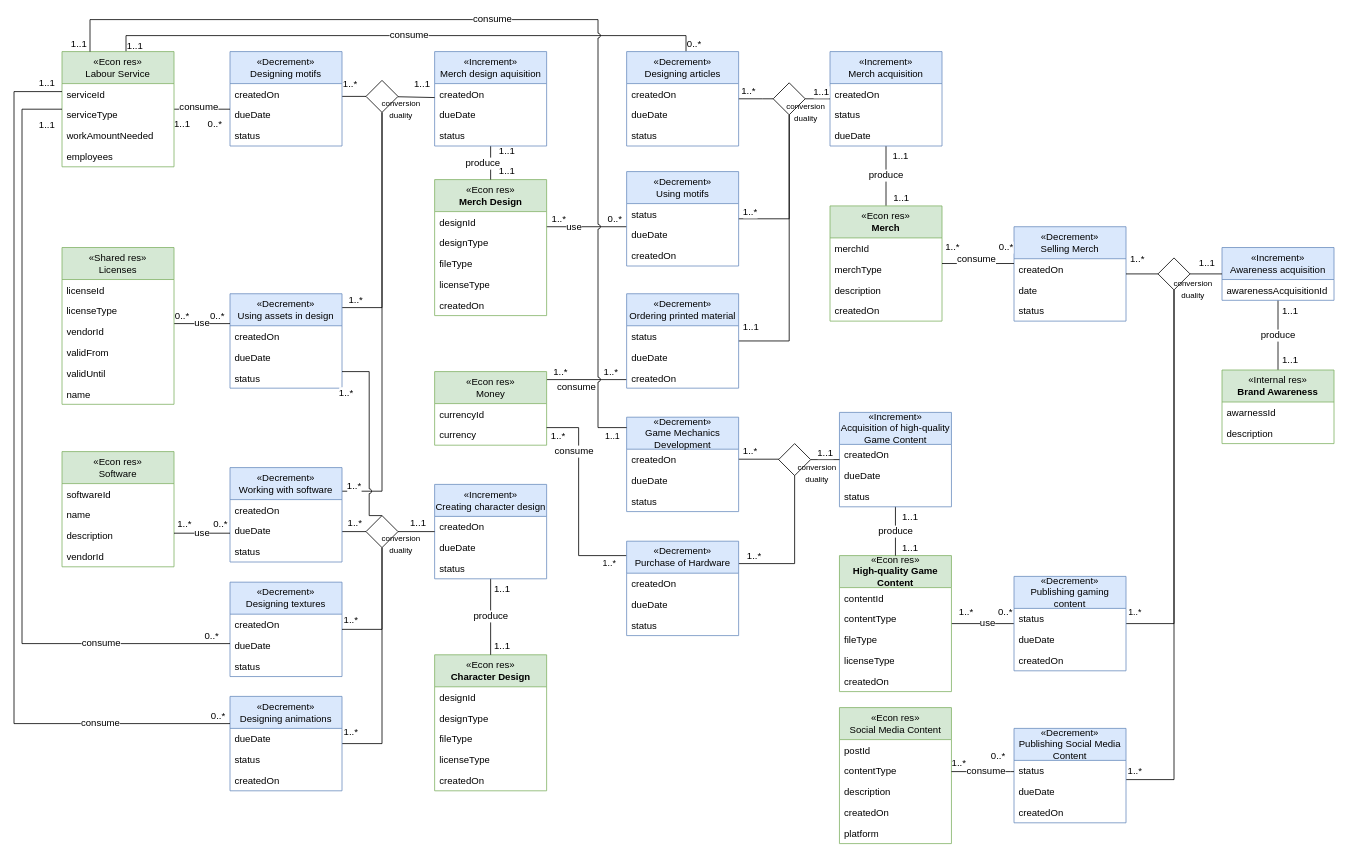
Before: page "Conversion" (1 of 9) of media/IS1_Project_REA.drawio in tudwiglemmel/Neigh-Corp---Golden-Meadows, a draw.io diagram. Source tidied: cells renumbered, new cells numbered last; positions are measured from the earlier drawing's top-left corner, leaving out a move shared by most shapes. Both pictures are drawn from the tidied source at 80%, with x=0, y=0 at pixel (14, 19).
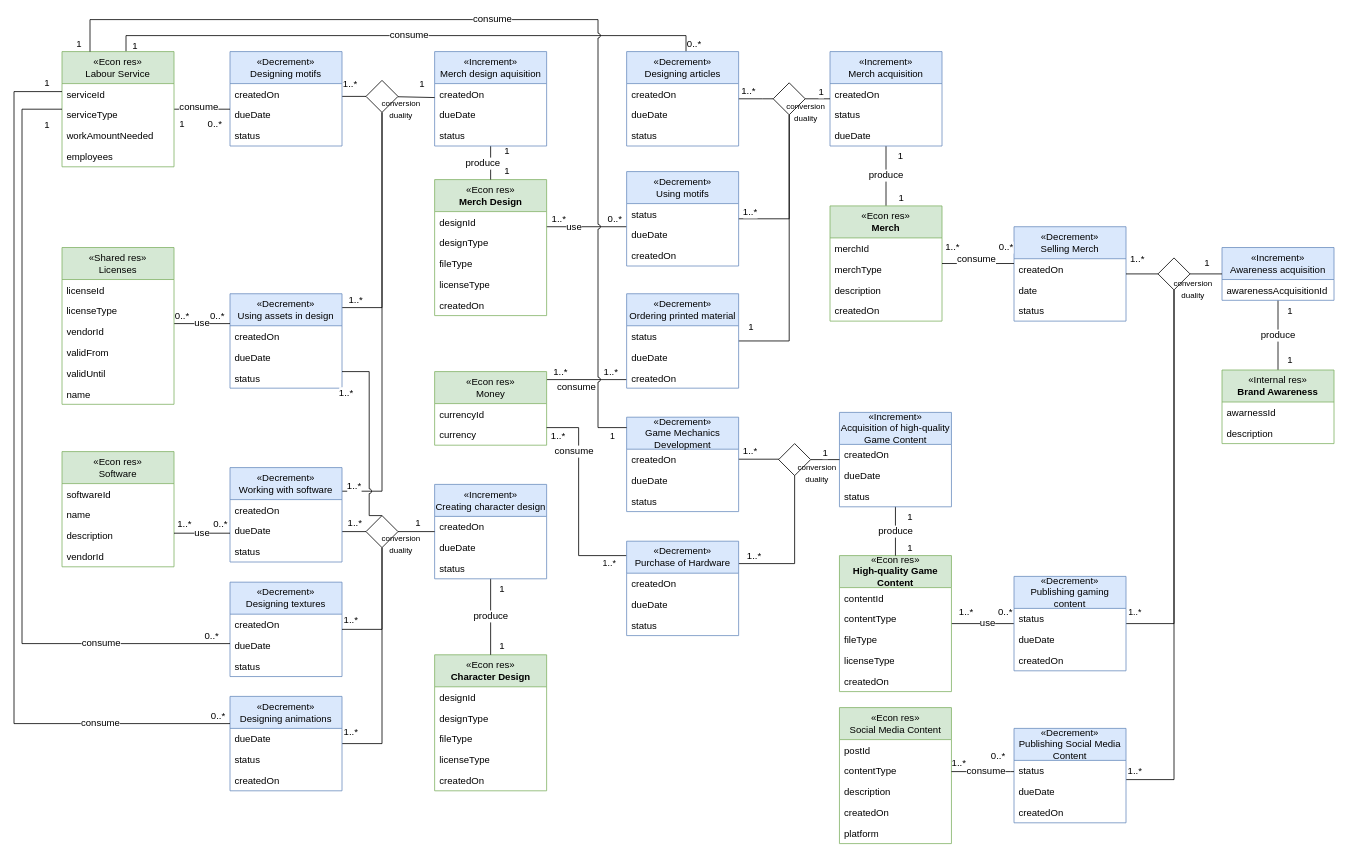
The same page after the edit.

Unchanged cells that the change refers to:
```xml
<mxCell id="6" value="produce" style="rounded=0;jettySize=auto;html=1;fontFamily=Helvetica;fontSize=12;fontColor=default;endArrow=none;endFill=0;edgeStyle=orthogonalEdgeStyle;jumpStyle=arc;" parent="1" edge="1" source="9" target="62">
  <mxGeometry relative="1" as="geometry" />
</mxCell>
<mxCell id="13" value="consume" style="rounded=0;jettySize=auto;html=1;fontFamily=Helvetica;fontSize=12;fontColor=default;endArrow=none;endFill=0;edgeStyle=orthogonalEdgeStyle;" parent="1" edge="1" source="73" target="32">
  <mxGeometry x="0.01" relative="1" as="geometry">
    <Array as="points">
      <mxPoint x="140" y="20" />
      <mxPoint x="840" y="20" />
    </Array>
  </mxGeometry>
</mxCell>
<mxCell id="50" style="rounded=0;jettySize=auto;html=1;fontFamily=Helvetica;fontSize=12;fontColor=default;exitX=1;exitY=0.5;exitDx=0;exitDy=0;endArrow=none;endFill=0;edgeStyle=orthogonalEdgeStyle;" parent="1" edge="1" source="52" target="69">
  <mxGeometry relative="1" as="geometry" />
</mxCell>
<mxCell id="67" style="rounded=0;jettySize=auto;html=1;fontFamily=Helvetica;fontSize=12;fontColor=default;endArrow=none;endFill=0;" parent="1" edge="1" source="69" target="9">
  <mxGeometry relative="1" as="geometry" />
</mxCell>
<mxCell id="70" value="consume" style="rounded=0;jettySize=auto;html=1;fontFamily=Helvetica;fontSize=12;fontColor=default;endArrow=none;endFill=0;edgeStyle=orthogonalEdgeStyle;" parent="1" edge="1" source="73" target="38">
  <mxGeometry x="-0.11" y="2" relative="1" as="geometry">
    <Array as="points">
      <mxPoint x="250" y="112" />
      <mxPoint x="250" y="112" />
    </Array>
  </mxGeometry>
</mxCell>
<mxCell id="93" value="produce" style="rounded=0;jettySize=auto;html=1;fontFamily=Helvetica;fontSize=12;fontColor=default;endArrow=none;endFill=0;edgeStyle=orthogonalEdgeStyle;" parent="1" edge="1" source="96" target="25">
  <mxGeometry x="0.05" y="-10" relative="1" as="geometry" />
</mxCell>
<mxCell id="100" style="rounded=0;jettySize=auto;html=1;fontFamily=Helvetica;fontSize=12;fontColor=default;endArrow=none;endFill=0;" parent="1" edge="1" source="102" target="96">
  <mxGeometry relative="1" as="geometry" />
</mxCell>
<mxCell id="123" value="consume" style="rounded=0;jettySize=auto;html=1;fontFamily=Helvetica;fontSize=12;fontColor=default;endArrow=none;endFill=0;edgeStyle=orthogonalEdgeStyle;jumpStyle=arc;" parent="1" edge="1" source="73" target="111">
  <mxGeometry x="0.71" relative="1" as="geometry">
    <Array as="points">
      <mxPoint y="90" />
      <mxPoint y="880" />
    </Array>
  </mxGeometry>
</mxCell>
<mxCell id="129" value="produce" style="rounded=0;jettySize=auto;html=1;fontFamily=Helvetica;fontSize=12;fontColor=default;endArrow=none;endFill=0;edgeStyle=orthogonalEdgeStyle;" parent="1" edge="1" source="132" target="103">
  <mxGeometry x="-0.02" relative="1" as="geometry" />
</mxCell>
<mxCell id="136" style="rounded=0;jettySize=auto;html=1;fontFamily=Helvetica;fontSize=12;fontColor=default;endArrow=none;endFill=0;exitX=1;exitY=0.5;exitDx=0;exitDy=0;" parent="1" edge="1" source="138" target="132">
  <mxGeometry x="-0.06" relative="1" as="geometry" />
</mxCell>
<mxCell id="143" value="consume" style="rounded=0;jettySize=auto;html=1;fontFamily=Helvetica;fontSize=12;fontColor=default;endArrow=none;endFill=0;edgeStyle=orthogonalEdgeStyle;jumpStyle=arc;" parent="1" edge="1" source="73" target="139">
  <mxGeometry x="0.67" relative="1" as="geometry">
    <Array as="points">
      <mxPoint x="10" y="112" />
      <mxPoint x="10" y="780" />
    </Array>
  </mxGeometry>
</mxCell>
<mxCell id="148" value="produce" style="rounded=0;jettySize=auto;html=1;fontFamily=Helvetica;fontSize=12;fontColor=default;endArrow=none;endFill=0;edgeStyle=orthogonalEdgeStyle;" parent="1" edge="1" source="151" target="177">
  <mxGeometry relative="1" as="geometry" />
</mxCell>
<mxCell id="180" style="rounded=0;jettySize=auto;html=1;fontFamily=Helvetica;fontSize=12;fontColor=default;endArrow=none;endFill=0;" parent="1" edge="1" source="182" target="151">
  <mxGeometry relative="1" as="geometry" />
</mxCell>
<mxCell id="183" value="consume" style="rounded=0;jettySize=auto;html=1;fontFamily=Helvetica;fontSize=12;fontColor=default;endArrow=none;endFill=0;edgeStyle=orthogonalEdgeStyle;jumpStyle=arc;" parent="1" edge="1" source="73" target="165">
  <mxGeometry x="-0.11" relative="1" as="geometry">
    <Array as="points">
      <mxPoint x="95" />
      <mxPoint x="730" />
      <mxPoint x="730" y="510" />
    </Array>
  </mxGeometry>
</mxCell>
<mxCell id="186" value="produce" style="rounded=0;jettySize=auto;html=1;fontFamily=Helvetica;fontSize=12;fontColor=default;endArrow=none;endFill=0;edgeStyle=orthogonalEdgeStyle;" parent="1" edge="1" source="192" target="156">
  <mxGeometry x="0.03" relative="1" as="geometry">
    <Array as="points">
      <mxPoint x="1101.8" y="646.1" />
      <mxPoint x="1101.8" y="646.1" />
    </Array>
  </mxGeometry>
</mxCell>
<mxCell id="193" style="rounded=0;jettySize=auto;html=1;fontFamily=Helvetica;fontSize=12;fontColor=default;endArrow=none;endFill=0;" parent="1" edge="1" source="195" target="189">
  <mxGeometry relative="1" as="geometry" />
</mxCell>
```

Diff of the diagram source:
```diff
@@
-    <mxCell id="7" value="1..1" style="edgeLabel;html=1;align=center;verticalAlign=middle;fontFamily=Helvetica;fontSize=12;fontColor=default;" parent="6" vertex="1">
+    <mxCell id="7" value="1" style="edgeLabel;html=1;align=center;verticalAlign=middle;fontFamily=Helvetica;fontSize=12;fontColor=default;" parent="6" vertex="1">
       <mxGeometry x="-0.73" y="-3" relative="1" as="geometry">
         <mxPoint x="20" y="2" as="offset" />
       </mxGeometry>
     </mxCell>
-    <mxCell id="8" value="1..1" style="edgeLabel;html=1;align=center;verticalAlign=middle;fontFamily=Helvetica;fontSize=12;fontColor=default;" parent="6" vertex="1">
+    <mxCell id="8" value="1" style="edgeLabel;html=1;align=center;verticalAlign=middle;fontFamily=Helvetica;fontSize=12;fontColor=default;" parent="6" vertex="1">
       <mxGeometry x="0.7" y="2" relative="1" as="geometry">
         <mxPoint x="16" as="offset" />
       </mxGeometry>
     </mxCell>
@@
-    <mxCell id="14" value="1..1" style="edgeLabel;html=1;align=center;verticalAlign=middle;fontFamily=Helvetica;fontSize=12;fontColor=default;" parent="13" vertex="1">
+    <mxCell id="14" value="1" style="edgeLabel;html=1;align=center;verticalAlign=middle;fontFamily=Helvetica;fontSize=12;fontColor=default;" parent="13" vertex="1">
       <mxGeometry x="-0.95" y="1" relative="1" as="geometry">
         <mxPoint x="11" y="11" as="offset" />
       </mxGeometry>
     </mxCell>
@@
-    <mxCell id="51" value="1..1" style="edgeLabel;html=1;align=center;verticalAlign=middle;fontFamily=Helvetica;fontSize=12;fontColor=default;" parent="50" vertex="1">
+    <mxCell id="51" value="1" style="edgeLabel;html=1;align=center;verticalAlign=middle;fontFamily=Helvetica;fontSize=12;fontColor=default;" parent="50" vertex="1">
       <mxGeometry x="-0.56" y="-3" relative="1" as="geometry">
         <mxPoint x="-52" y="-4" as="offset" />
       </mxGeometry>
     </mxCell>
@@
-    <mxCell id="68" value="1..1" style="edgeLabel;html=1;align=center;verticalAlign=middle;fontFamily=Helvetica;fontSize=12;fontColor=default;" parent="67" vertex="1">
+    <mxCell id="68" value="1" style="edgeLabel;html=1;align=center;verticalAlign=middle;fontFamily=Helvetica;fontSize=12;fontColor=default;" parent="67" vertex="1">
       <mxGeometry x="0.25" y="-1" relative="1" as="geometry">
         <mxPoint y="-10" as="offset" />
       </mxGeometry>
     </mxCell>
@@
-    <mxCell id="71" value="1..1" style="edgeLabel;html=1;align=center;verticalAlign=middle;fontFamily=Helvetica;fontSize=12;fontColor=default;" parent="70" vertex="1">
+    <mxCell id="71" value="1" style="edgeLabel;html=1;align=center;verticalAlign=middle;fontFamily=Helvetica;fontSize=12;fontColor=default;" parent="70" vertex="1">
       <mxGeometry x="-0.74" y="1" relative="1" as="geometry">
         <mxPoint y="19" as="offset" />
       </mxGeometry>
     </mxCell>
@@
-    <mxCell id="94" value="1..1" style="edgeLabel;html=1;align=center;verticalAlign=middle;fontFamily=Helvetica;fontSize=12;fontColor=default;" parent="93" vertex="1">
+    <mxCell id="94" value="1" style="edgeLabel;html=1;align=center;verticalAlign=middle;fontFamily=Helvetica;fontSize=12;fontColor=default;" parent="93" vertex="1">
       <mxGeometry x="-0.74" y="-2" relative="1" as="geometry">
         <mxPoint x="22" as="offset" />
       </mxGeometry>
     </mxCell>
-    <mxCell id="95" value="1..1" style="edgeLabel;html=1;align=center;verticalAlign=middle;fontFamily=Helvetica;fontSize=12;fontColor=default;" parent="93" vertex="1">
+    <mxCell id="95" value="1" style="edgeLabel;html=1;align=center;verticalAlign=middle;fontFamily=Helvetica;fontSize=12;fontColor=default;" parent="93" vertex="1">
       <mxGeometry x="0.64" y="1" relative="1" as="geometry">
         <mxPoint x="19" y="-3" as="offset" />
       </mxGeometry>
     </mxCell>
@@
-    <mxCell id="101" value="1..1" style="edgeLabel;html=1;align=center;verticalAlign=middle;fontFamily=Helvetica;fontSize=12;fontColor=default;" parent="100" vertex="1">
+    <mxCell id="101" value="1" style="edgeLabel;html=1;align=center;verticalAlign=middle;fontFamily=Helvetica;fontSize=12;fontColor=default;" parent="100" vertex="1">
       <mxGeometry x="0.14" relative="1" as="geometry">
         <mxPoint x="4" y="-17" as="offset" />
       </mxGeometry>
     </mxCell>
@@
-    <mxCell id="124" value="1..1" style="edgeLabel;html=1;align=center;verticalAlign=middle;fontFamily=Helvetica;fontSize=12;fontColor=default;" parent="123" vertex="1">
+    <mxCell id="124" value="1" style="edgeLabel;html=1;align=center;verticalAlign=middle;fontFamily=Helvetica;fontSize=12;fontColor=default;" parent="123" vertex="1">
       <mxGeometry x="-0.69" y="1" relative="1" as="geometry">
         <mxPoint x="39" y="-126" as="offset" />
       </mxGeometry>
     </mxCell>
@@
-    <mxCell id="130" value="1..1" style="edgeLabel;html=1;align=center;verticalAlign=middle;fontFamily=Helvetica;fontSize=12;fontColor=default;" parent="129" vertex="1">
+    <mxCell id="130" value="1" style="edgeLabel;html=1;align=center;verticalAlign=middle;fontFamily=Helvetica;fontSize=12;fontColor=default;" parent="129" vertex="1">
       <mxGeometry x="0.12" y="-2" relative="1" as="geometry">
         <mxPoint x="16" y="-41" as="offset" />
       </mxGeometry>
     </mxCell>
-    <mxCell id="131" value="1..1" style="edgeLabel;html=1;align=center;verticalAlign=middle;fontFamily=Helvetica;fontSize=12;fontColor=default;" parent="129" vertex="1">
+    <mxCell id="131" value="1" style="edgeLabel;html=1;align=center;verticalAlign=middle;fontFamily=Helvetica;fontSize=12;fontColor=default;" parent="129" vertex="1">
       <mxGeometry x="0.74" y="1" relative="1" as="geometry">
         <mxPoint x="13" as="offset" />
       </mxGeometry>
     </mxCell>
@@
-    <mxCell id="137" value="1..1" style="edgeLabel;html=1;align=center;verticalAlign=middle;fontFamily=Helvetica;fontSize=12;fontColor=default;" parent="136" vertex="1">
+    <mxCell id="137" value="1" style="edgeLabel;html=1;align=center;verticalAlign=middle;fontFamily=Helvetica;fontSize=12;fontColor=default;" parent="136" vertex="1">
       <mxGeometry x="0.07" relative="1" as="geometry">
         <mxPoint x="-1" y="-12" as="offset" />
       </mxGeometry>
     </mxCell>
@@
-    <mxCell id="144" value="1..1" style="edgeLabel;html=1;align=center;verticalAlign=middle;fontFamily=Helvetica;fontSize=12;fontColor=default;" parent="143" vertex="1">
+    <mxCell id="144" value="1" style="edgeLabel;html=1;align=center;verticalAlign=middle;fontFamily=Helvetica;fontSize=12;fontColor=default;" parent="143" vertex="1">
       <mxGeometry x="-0.69" y="1" relative="1" as="geometry">
         <mxPoint x="29" y="-83" as="offset" />
       </mxGeometry>
     </mxCell>
@@
-    <mxCell id="149" value="1..1" style="edgeLabel;html=1;align=center;verticalAlign=middle;fontFamily=Helvetica;fontSize=12;fontColor=default;" parent="148" vertex="1">
+    <mxCell id="149" value="1" style="edgeLabel;html=1;align=center;verticalAlign=middle;fontFamily=Helvetica;fontSize=12;fontColor=default;" parent="148" vertex="1">
       <mxGeometry x="-0.73" y="-3" relative="1" as="geometry">
         <mxPoint x="17" y="2" as="offset" />
       </mxGeometry>
     </mxCell>
-    <mxCell id="150" value="1..1" style="edgeLabel;html=1;align=center;verticalAlign=middle;fontFamily=Helvetica;fontSize=12;fontColor=default;" parent="148" vertex="1">
+    <mxCell id="150" value="1" style="edgeLabel;html=1;align=center;verticalAlign=middle;fontFamily=Helvetica;fontSize=12;fontColor=default;" parent="148" vertex="1">
       <mxGeometry x="0.7" y="2" relative="1" as="geometry">
         <mxPoint x="12" y="1" as="offset" />
       </mxGeometry>
     </mxCell>
@@
-    <mxCell id="181" value="1..1" style="edgeLabel;html=1;align=center;verticalAlign=middle;fontFamily=Helvetica;fontSize=12;fontColor=default;" parent="180" vertex="1">
+    <mxCell id="181" value="1" style="edgeLabel;html=1;align=center;verticalAlign=middle;fontFamily=Helvetica;fontSize=12;fontColor=default;" parent="180" vertex="1">
       <mxGeometry x="0.25" y="-1" relative="1" as="geometry">
         <mxPoint x="-5" y="-14" as="offset" />
       </mxGeometry>
     </mxCell>
@@
-    <mxCell id="184" value="1..1" style="edgeLabel;html=1;align=center;verticalAlign=middle;fontFamily=Helvetica;fontSize=12;fontColor=default;" parent="183" vertex="1">
+    <mxCell id="184" value="1" style="edgeLabel;html=1;align=center;verticalAlign=middle;fontFamily=Helvetica;fontSize=12;fontColor=default;" parent="183" vertex="1">
       <mxGeometry x="-0.63" y="1" relative="1" as="geometry">
         <mxPoint x="-201" y="31" as="offset" />
       </mxGeometry>
     </mxCell>
-    <mxCell id="185" value="1..1" style="edgeLabel;html=1;align=center;verticalAlign=middle;" parent="183" vertex="1">
+    <mxCell id="185" value="1" style="edgeLabel;html=1;align=center;verticalAlign=middle;" parent="183" vertex="1">
       <mxGeometry x="0.97" y="-1" relative="1" as="geometry">
         <mxPoint y="9" as="offset" />
       </mxGeometry>
     </mxCell>
@@
-    <mxCell id="187" value="1..1" style="edgeLabel;html=1;align=center;verticalAlign=middle;fontFamily=Helvetica;fontSize=12;fontColor=default;" parent="186" vertex="1">
+    <mxCell id="187" value="1" style="edgeLabel;html=1;align=center;verticalAlign=middle;fontFamily=Helvetica;fontSize=12;fontColor=default;" parent="186" vertex="1">
       <mxGeometry x="-0.39" y="-2" relative="1" as="geometry">
         <mxPoint x="20" y="-7" as="offset" />
       </mxGeometry>
     </mxCell>
-    <mxCell id="188" value="1..1" style="edgeLabel;html=1;align=center;verticalAlign=middle;fontFamily=Helvetica;fontSize=12;fontColor=default;" parent="186" vertex="1">
+    <mxCell id="188" value="1" style="edgeLabel;html=1;align=center;verticalAlign=middle;fontFamily=Helvetica;fontSize=12;fontColor=default;" parent="186" vertex="1">
       <mxGeometry x="0.55" y="1" relative="1" as="geometry">
         <mxPoint x="17" y="4" as="offset" />
       </mxGeometry>
     </mxCell>
@@
-    <mxCell id="194" value="1..1" style="edgeLabel;html=1;align=center;verticalAlign=middle;fontFamily=Helvetica;fontSize=12;fontColor=default;" parent="193" vertex="1">
+    <mxCell id="194" value="1" style="edgeLabel;html=1;align=center;verticalAlign=middle;fontFamily=Helvetica;fontSize=12;fontColor=default;" parent="193" vertex="1">
       <mxGeometry x="0.11" relative="1" as="geometry">
         <mxPoint x="-2" y="-9" as="offset" />
       </mxGeometry>
     </mxCell>
```
